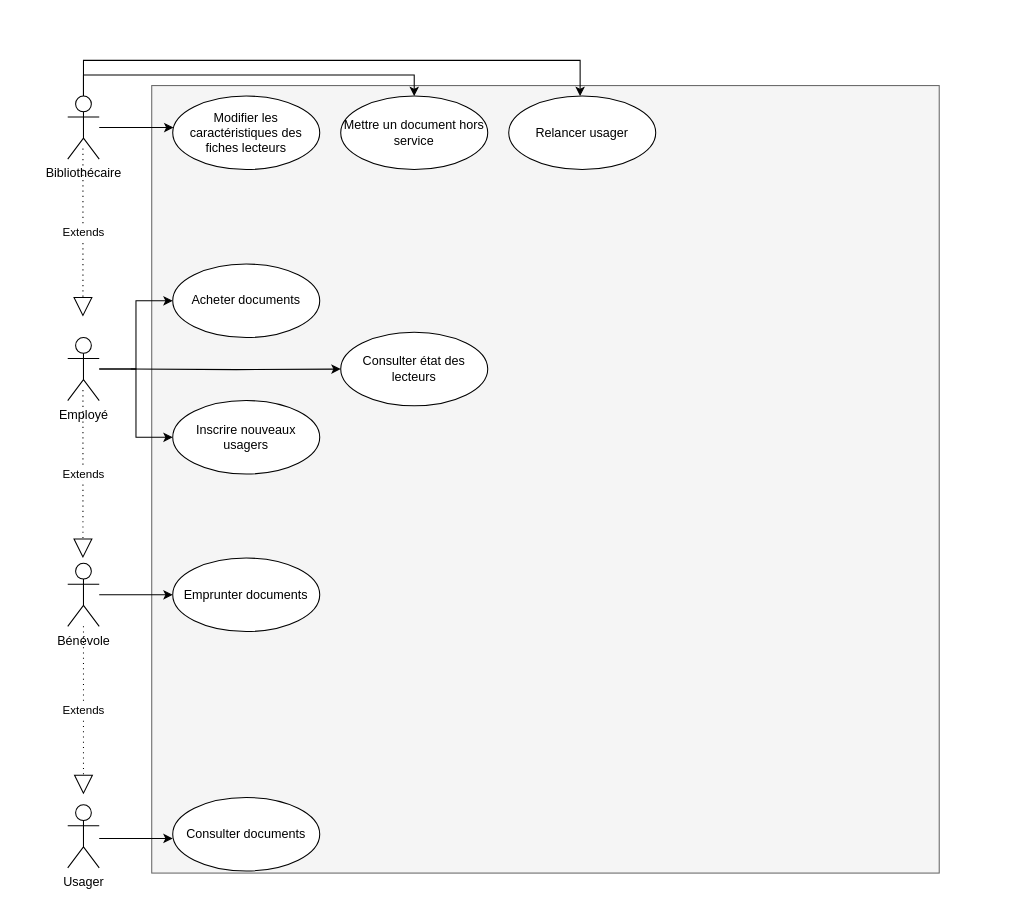
Before: Bilhel/CDA/UML/Cas d'utilisation de la gestion de la médiatheque.drawio in bilhel/AFPA, a draw.io diagram. Source tidied: cells renumbered, new cells numbered last; positions are measured from the earlier drawing's top-left corner, leaving out a move shared by most shapes. Both pictures are drawn from the tidied source at 105%, with x=0, y=0 at pixel (67, 60).
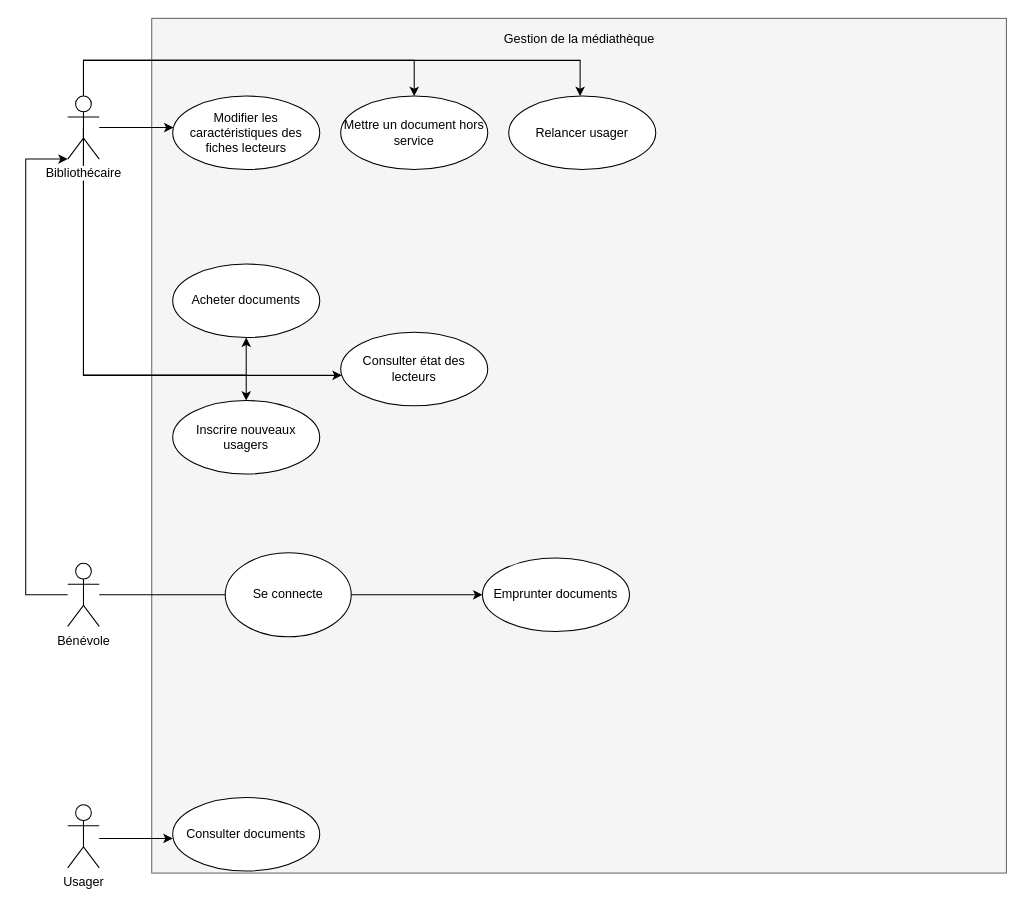
Above is the later version.

The change refers to these unchanged cells:
```xml
<mxCell id="5" value="Bibliothécaire" style="shape=umlActor;verticalLabelPosition=bottom;labelBackgroundColor=#ffffff;verticalAlign=top;html=1;outlineConnect=0;" parent="1" vertex="1">
  <mxGeometry y="34" width="30" height="60" as="geometry" />
</mxCell>
<mxCell id="7" value="Bénévole" style="shape=umlActor;verticalLabelPosition=bottom;labelBackgroundColor=#ffffff;verticalAlign=top;html=1;outlineConnect=0;" parent="1" vertex="1">
  <mxGeometry y="479" width="30" height="60" as="geometry" />
</mxCell>
<mxCell id="18" value="Acheter documents" style="ellipse;whiteSpace=wrap;html=1;" parent="1" vertex="1">
  <mxGeometry x="100" y="194" width="140" height="70" as="geometry" />
</mxCell>
<mxCell id="19" value="Inscrire nouveaux usagers" style="ellipse;whiteSpace=wrap;html=1;" parent="1" vertex="1">
  <mxGeometry x="100" y="324" width="140" height="70" as="geometry" />
</mxCell>
<mxCell id="21" value="Mettre un document hors service" style="ellipse;whiteSpace=wrap;html=1;" parent="1" vertex="1">
  <mxGeometry x="260" y="34" width="140" height="70" as="geometry" />
</mxCell>
<mxCell id="22" value="Consulter état des lecteurs" style="ellipse;whiteSpace=wrap;html=1;" parent="1" vertex="1">
  <mxGeometry x="260" y="259" width="140" height="70" as="geometry" />
</mxCell>
```

The edit, as a diff of the source:
```diff
@@
     <mxCell id="2" style="whiteSpace=wrap;html=1;fillColor=#f5f5f5;strokeColor=#666666;fontColor=#333333;" parent="1" vertex="1">
-      <mxGeometry x="80" y="24" width="750" height="750" as="geometry" />
+      <mxGeometry x="80" y="-40" width="814" height="814" as="geometry" />
     </mxCell>
@@
     <mxCell id="4" style="edgeStyle=orthogonalEdgeStyle;rounded=0;jettySize=auto;html=1;exitX=0.75;exitY=0.1;exitDx=0;exitDy=0;exitPerimeter=0;" parent="1" edge="1" source="5" target="21">
       <mxGeometry relative="1" as="geometry">
         <Array as="points">
           <mxPoint x="15" y="40" />
-          <mxPoint x="15" y="14" />
-          <mxPoint x="330" y="14" />
+          <mxPoint x="15" />
+          <mxPoint x="330" />
         </Array>
       </mxGeometry>
     </mxCell>
+    <mxCell id="26" style="edgeStyle=orthogonalEdgeStyle;rounded=0;jettySize=auto;html=1;exitX=0.5;exitY=0.5;exitDx=0;exitDy=0;exitPerimeter=0;" parent="1" edge="1" source="5" target="22">
+      <mxGeometry relative="1" as="geometry">
+        <Array as="points">
+          <mxPoint x="15" y="300" />
+        </Array>
+      </mxGeometry>
+    </mxCell>
+    <mxCell id="27" style="edgeStyle=orthogonalEdgeStyle;rounded=0;jettySize=auto;html=1;exitX=0.5;exitY=0.5;exitDx=0;exitDy=0;exitPerimeter=0;entryX=0.5;entryY=1;entryDx=0;entryDy=0;" parent="1" edge="1" source="5" target="18">
+      <mxGeometry relative="1" as="geometry">
+        <Array as="points">
+          <mxPoint x="15" y="300" />
+          <mxPoint x="170" y="300" />
+        </Array>
+      </mxGeometry>
+    </mxCell>
+    <mxCell id="28" style="edgeStyle=orthogonalEdgeStyle;rounded=0;jettySize=auto;html=1;exitX=0.5;exitY=0.5;exitDx=0;exitDy=0;exitPerimeter=0;entryX=0.5;entryY=0;entryDx=0;entryDy=0;" parent="1" edge="1" source="5" target="19">
+      <mxGeometry relative="1" as="geometry">
+        <Array as="points">
+          <mxPoint x="15" y="300" />
+          <mxPoint x="170" y="300" />
+        </Array>
+      </mxGeometry>
+    </mxCell>
@@
+    <mxCell id="29" style="edgeStyle=orthogonalEdgeStyle;rounded=0;jettySize=auto;html=1;entryX=0;entryY=1;entryDx=0;entryDy=0;entryPerimeter=0;" parent="1" edge="1" source="7" target="5">
+      <mxGeometry relative="1" as="geometry">
+        <Array as="points">
+          <mxPoint x="-40" y="509" />
+          <mxPoint x="-40" y="94" />
+        </Array>
+      </mxGeometry>
+    </mxCell>
@@
-    <mxCell id="10" style="edgeStyle=orthogonalEdgeStyle;rounded=0;jettySize=auto;html=1;" parent="1" edge="1" source="11" target="18">
-      <mxGeometry relative="1" as="geometry" />
-    </mxCell>
-    <mxCell id="11" value="Employé" style="shape=umlActor;verticalLabelPosition=bottom;labelBackgroundColor=#ffffff;verticalAlign=top;html=1;outlineConnect=0;" parent="1" vertex="1">
-      <mxGeometry y="264" width="30" height="60" as="geometry" />
-    </mxCell>
@@
     <mxCell id="13" value="Emprunter documents" style="ellipse;whiteSpace=wrap;html=1;" parent="1" vertex="1">
-      <mxGeometry x="100" y="474" width="140" height="70" as="geometry" />
+      <mxGeometry x="395" y="474" width="140" height="70" as="geometry" />
     </mxCell>
-    <mxCell id="14" value="Extends" style="endArrow=block;endSize=16;endFill=0;html=1;dashed=1;dashPattern=1 4;" parent="1" edge="1" source="7">
-      <mxGeometry relative="1" as="geometry">
-        <mxPoint x="15" y="699" as="targetPoint" />
-      </mxGeometry>
-    </mxCell>
-    <mxCell id="15" value="Extends" style="endArrow=block;endSize=16;endFill=0;html=1;dashed=1;dashPattern=1 4;" parent="1" edge="1">
-      <mxGeometry relative="1" as="geometry">
-        <mxPoint x="14.5" y="314" as="sourcePoint" />
-        <mxPoint x="14.5" y="474" as="targetPoint" />
-      </mxGeometry>
-    </mxCell>
-    <mxCell id="16" value="Extends" style="endArrow=block;endSize=16;endFill=0;html=1;dashed=1;dashPattern=1 4;" parent="1" edge="1">
-      <mxGeometry relative="1" as="geometry">
-        <mxPoint x="14.5" y="84" as="sourcePoint" />
-        <mxPoint x="14.5" y="244" as="targetPoint" />
-      </mxGeometry>
-    </mxCell>
-    <mxCell id="17" style="edgeStyle=orthogonalEdgeStyle;rounded=0;jettySize=auto;html=1;" parent="1" edge="1" source="11" target="19">
-      <mxGeometry relative="1" as="geometry" />
-    </mxCell>
@@
-    <mxCell id="23" style="edgeStyle=orthogonalEdgeStyle;rounded=0;jettySize=auto;html=1;" parent="1" edge="1" target="22">
-      <mxGeometry relative="1" as="geometry">
-        <mxPoint x="60" y="294" as="sourcePoint" />
-      </mxGeometry>
-    </mxCell>
@@
+    <mxCell id="30" value="Se connecte" style="ellipse;whiteSpace=wrap;html=1;" parent="1" vertex="1">
+      <mxGeometry x="150" y="469" width="120" height="80" as="geometry" />
+    </mxCell>
+    <mxCell id="31" value="Gestion de la médiathèque" style="text;html=1;strokeColor=none;fillColor=none;align=center;verticalAlign=middle;whiteSpace=wrap;rounded=0;" parent="1" vertex="1">
+      <mxGeometry x="384.5" y="-30" width="205" height="20" as="geometry" />
+    </mxCell>
```
